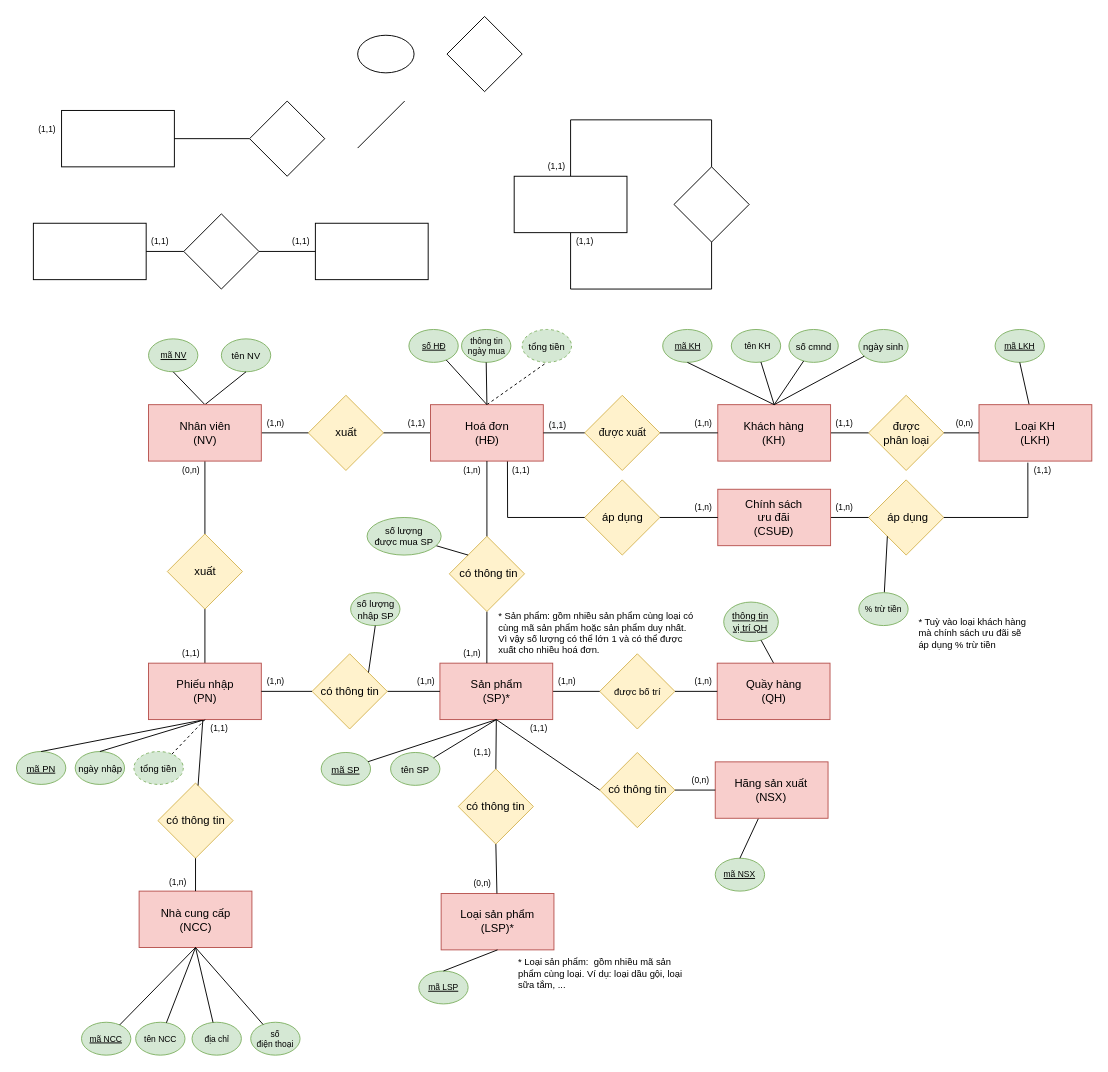
Before: EXERCISES/ER Diagram.drawio in andytino/Documents-Database, a draw.io diagram. Source tidied: cells renumbered, new cells numbered last; positions are measured from the earlier drawing's top-left corner, leaving out a move shared by most shapes. Both pictures are drawn from the tidied source at 94%, with x=0, y=0 at pixel (16, 16).
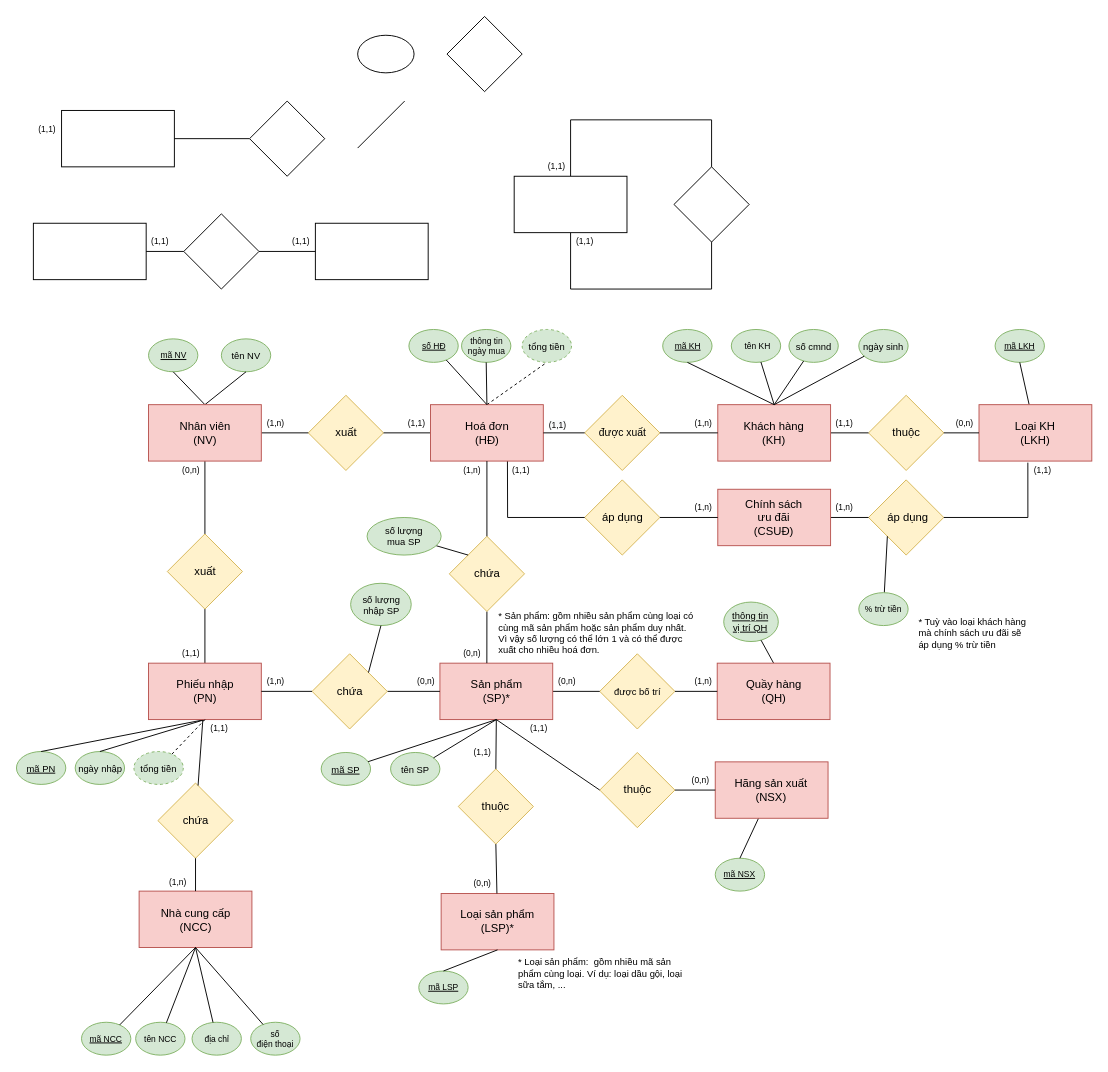
Above is the later version.

The change refers to these unchanged cells:
```xml
<mxCell id="28" style="group;" parent="1" vertex="1">
  <mxGeometry y="333" width="1144" height="772" as="geometry" />
</mxCell>
```

Change to the diagram source:
```diff
@@
-    <mxCell id="63" value="có thông tin" style="rhombus;whiteSpace=wrap;html=1;fillColor=#fff2cc;strokeColor=#d6b656;" parent="28" vertex="1">
+    <mxCell id="63" value="chứa" style="rhombus;whiteSpace=wrap;html=1;fillColor=#fff2cc;strokeColor=#d6b656;" parent="28" vertex="1">
       <mxGeometry x="150.5" y="482.5" width="80" height="80" as="geometry" />
     </mxCell>
@@
-    <mxCell id="76" value="có thông tin" style="rhombus;whiteSpace=wrap;html=1;fillColor=#fff2cc;strokeColor=#d6b656;" parent="28" vertex="1">
+    <mxCell id="76" value="chứa" style="rhombus;whiteSpace=wrap;html=1;fillColor=#fff2cc;strokeColor=#d6b656;" parent="28" vertex="1">
       <mxGeometry x="314.5" y="345" width="80" height="80" as="geometry" />
     </mxCell>
@@
-    <mxCell id="94" value="&amp;nbsp;có thông tin" style="rhombus;whiteSpace=wrap;html=1;fillColor=#fff2cc;strokeColor=#d6b656;" parent="28" vertex="1">
+    <mxCell id="94" value="chứa" style="rhombus;whiteSpace=wrap;html=1;fillColor=#fff2cc;strokeColor=#d6b656;" parent="28" vertex="1">
       <mxGeometry x="460.5" y="220" width="80" height="80" as="geometry" />
     </mxCell>
@@
-    <mxCell id="96" value="có thông tin" style="rhombus;whiteSpace=wrap;html=1;fillColor=#fff2cc;strokeColor=#d6b656;" parent="28" vertex="1">
+    <mxCell id="96" value="thuộc" style="rhombus;whiteSpace=wrap;html=1;fillColor=#fff2cc;strokeColor=#d6b656;" parent="28" vertex="1">
       <mxGeometry x="620.5" y="450" width="80" height="80" as="geometry" />
     </mxCell>
@@
-    <mxCell id="100" value="có thông tin" style="rhombus;whiteSpace=wrap;html=1;fillColor=#fff2cc;strokeColor=#d6b656;" parent="28" vertex="1">
+    <mxCell id="100" value="thuộc" style="rhombus;whiteSpace=wrap;html=1;fillColor=#fff2cc;strokeColor=#d6b656;" parent="28" vertex="1">
       <mxGeometry x="470" y="467.5" width="80" height="80" as="geometry" />
     </mxCell>
@@
-    <mxCell id="102" value="được&lt;br&gt;phân loại" style="rhombus;whiteSpace=wrap;html=1;fillColor=#fff2cc;strokeColor=#d6b656;" parent="28" vertex="1">
+    <mxCell id="102" value="thuộc" style="rhombus;whiteSpace=wrap;html=1;fillColor=#fff2cc;strokeColor=#d6b656;" parent="28" vertex="1">
       <mxGeometry x="906.5" y="70" width="80" height="80" as="geometry" />
     </mxCell>
@@
-    <mxCell id="110" value="(1,n)" style="text;html=1;strokeColor=none;fillColor=none;align=center;verticalAlign=middle;whiteSpace=wrap;rounded=0;fontFamily=Helvetica;fontSize=9;fontColor=default;" parent="28" vertex="1">
+    <mxCell id="110" value="(0,n)" style="text;html=1;strokeColor=none;fillColor=none;align=center;verticalAlign=middle;whiteSpace=wrap;rounded=0;fontFamily=Helvetica;fontSize=9;fontColor=default;" parent="28" vertex="1">
       <mxGeometry x="571" y="365" width="30" height="20" as="geometry" />
     </mxCell>
@@
-    <mxCell id="113" value="(1,n)" style="text;html=1;strokeColor=none;fillColor=none;align=center;verticalAlign=middle;whiteSpace=wrap;rounded=0;fontFamily=Helvetica;fontSize=9;fontColor=default;" parent="28" vertex="1">
+    <mxCell id="113" value="(0,n)" style="text;html=1;strokeColor=none;fillColor=none;align=center;verticalAlign=middle;whiteSpace=wrap;rounded=0;fontFamily=Helvetica;fontSize=9;fontColor=default;" parent="28" vertex="1">
       <mxGeometry x="470" y="335" width="30" height="20" as="geometry" />
     </mxCell>
@@
     <mxCell id="145" value="&lt;span&gt;số lượng nhập SP&lt;/span&gt;" style="ellipse;whiteSpace=wrap;html=1;fontSize=10;fillColor=#d5e8d4;strokeColor=#82b366;fontStyle=0;" parent="28" vertex="1">
-      <mxGeometry x="355.5" y="280" width="52.5" height="35" as="geometry" />
+      <mxGeometry x="355.5" y="270" width="64.5" height="45" as="geometry" />
     </mxCell>
-    <mxCell id="146" value="(1,n)" style="text;html=1;strokeColor=none;fillColor=none;align=center;verticalAlign=middle;whiteSpace=wrap;rounded=0;fontFamily=Helvetica;fontSize=9;fontColor=default;" parent="28" vertex="1">
+    <mxCell id="146" value="(0,n)" style="text;html=1;strokeColor=none;fillColor=none;align=center;verticalAlign=middle;whiteSpace=wrap;rounded=0;fontFamily=Helvetica;fontSize=9;fontColor=default;" parent="28" vertex="1">
       <mxGeometry x="420.5" y="365" width="30" height="20" as="geometry" />
     </mxCell>
@@
-    <mxCell id="148" value="&lt;span&gt;số lượng &lt;br&gt;được mua SP&lt;/span&gt;" style="ellipse;whiteSpace=wrap;html=1;fontSize=10;fillColor=#d5e8d4;strokeColor=#82b366;fontStyle=0;" parent="28" vertex="1">
+    <mxCell id="148" value="&lt;span&gt;số lượng &lt;br&gt;mua SP&lt;/span&gt;" style="ellipse;whiteSpace=wrap;html=1;fontSize=10;fillColor=#d5e8d4;strokeColor=#82b366;fontStyle=0;" parent="28" vertex="1">
       <mxGeometry x="373" y="200" width="78.8" height="40" as="geometry" />
     </mxCell>
```
